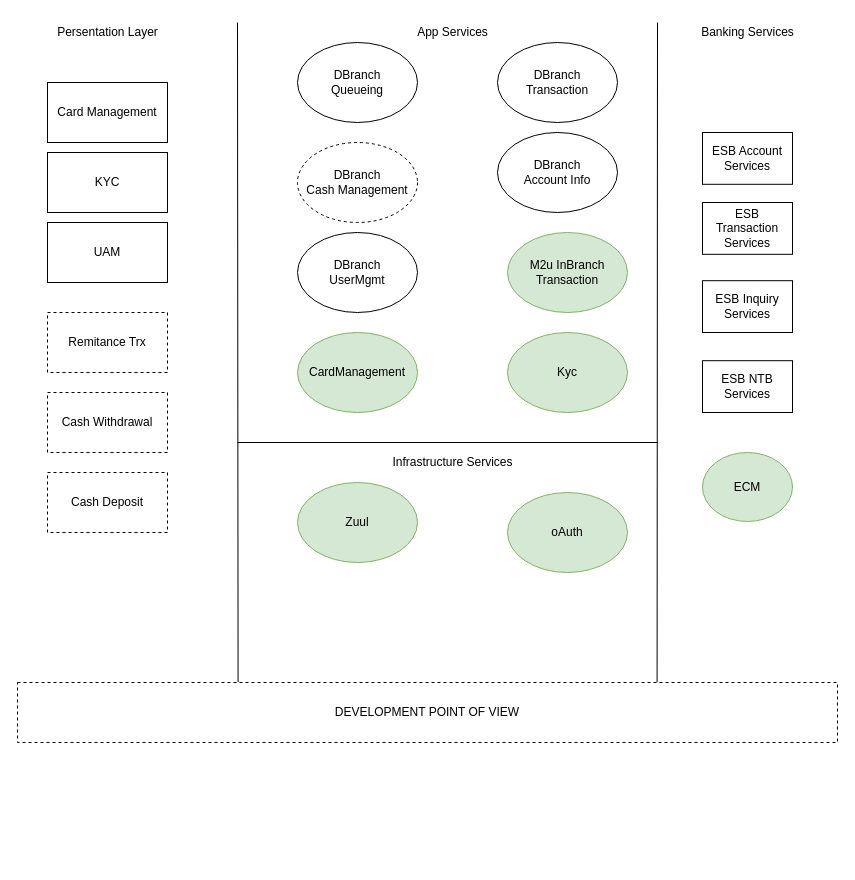
Earlier version of the draw.io diagram page "DevelopmentPOV" (1 of 3) of ArchitectureDigitalBranch/DigitalBranchArchitecture.drawio (noveriojoee/GeneralDocuments). Source tidied: cells renumbered, new cells numbered last; positions are measured from the earlier drawing's top-left corner, leaving out a move shared by most shapes. Both pictures are drawn from the tidied source at 100%, with x=0, y=0 at pixel (17, 22).
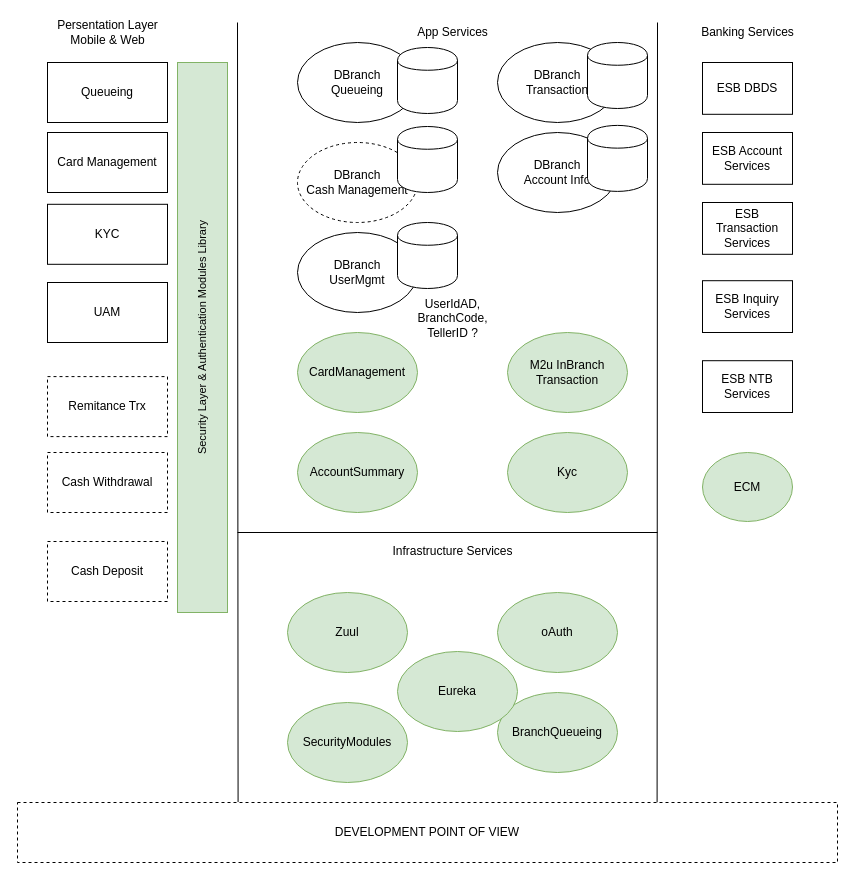
After the change.

The edit, as a diff of the source:
```diff
@@
     <mxCell id="2" value="Kyc" style="ellipse;whiteSpace=wrap;html=1;fillColor=#d5e8d4;strokeColor=#82b366;" parent="1" vertex="1">
-      <mxGeometry x="490" y="310" width="120" height="80" as="geometry" />
+      <mxGeometry x="490" y="410" width="120" height="80" as="geometry" />
     </mxCell>
@@
     <mxCell id="8" style="endArrow=none;html=1;rounded=0;" parent="1" edge="1">
       <mxGeometry relative="1" as="geometry">
-        <mxPoint x="220" y="420" as="sourcePoint" />
-        <mxPoint x="640" y="420" as="targetPoint" />
+        <mxPoint x="220" y="510" as="sourcePoint" />
+        <mxPoint x="640" y="510" as="targetPoint" />
       </mxGeometry>
     </mxCell>
@@
     <mxCell id="12" value="Card Management" style="rounded=0;whiteSpace=wrap;html=1;" parent="1" vertex="1">
-      <mxGeometry x="30" y="60" width="120" height="60" as="geometry" />
+      <mxGeometry x="30" y="110" width="120" height="60" as="geometry" />
     </mxCell>
     <mxCell id="13" value="KYC" style="rounded=0;whiteSpace=wrap;html=1;" parent="1" vertex="1">
-      <mxGeometry x="30" y="130" width="120" height="60" as="geometry" />
+      <mxGeometry x="30" y="181.8" width="120" height="60" as="geometry" />
     </mxCell>
     <mxCell id="14" value="UAM" style="rounded=0;whiteSpace=wrap;html=1;" parent="1" vertex="1">
-      <mxGeometry x="30" y="200" width="120" height="60" as="geometry" />
+      <mxGeometry x="30" y="260" width="120" height="60" as="geometry" />
     </mxCell>
     <mxCell id="15" value="Cash Deposit" style="rounded=0;whiteSpace=wrap;html=1;dashed=1;" parent="1" vertex="1">
-      <mxGeometry x="30" y="450" width="120" height="60" as="geometry" />
+      <mxGeometry x="30" y="519" width="120" height="60" as="geometry" />
     </mxCell>
     <mxCell id="16" value="Cash Withdrawal" style="rounded=0;whiteSpace=wrap;html=1;dashed=1;" parent="1" vertex="1">
-      <mxGeometry x="30" y="370" width="120" height="60" as="geometry" />
+      <mxGeometry x="30" y="430" width="120" height="60" as="geometry" />
     </mxCell>
     <mxCell id="17" value="Remitance Trx" style="rounded=0;whiteSpace=wrap;html=1;dashed=1;" parent="1" vertex="1">
-      <mxGeometry x="30" y="290" width="120" height="60" as="geometry" />
+      <mxGeometry x="30" y="354.1" width="120" height="60" as="geometry" />
     </mxCell>
     <mxCell id="18" value="M2u InBranch&lt;br&gt;Transaction" style="ellipse;whiteSpace=wrap;html=1;fillColor=#d5e8d4;strokeColor=#82b366;" parent="1" vertex="1">
-      <mxGeometry x="490" y="210" width="120" height="80" as="geometry" />
+      <mxGeometry x="490" y="310" width="120" height="80" as="geometry" />
     </mxCell>
@@
     <mxCell id="20" value="Infrastructure Services" style="text;html=1;align=center;verticalAlign=middle;" parent="1" vertex="1">
-      <mxGeometry x="365" y="430" width="140" height="20" as="geometry" />
+      <mxGeometry x="365" y="519" width="140" height="20" as="geometry" />
     </mxCell>
@@
     <mxCell id="22" value="oAuth" style="ellipse;whiteSpace=wrap;html=1;fillColor=#d5e8d4;strokeColor=#82b366;" parent="1" vertex="1">
-      <mxGeometry x="490" y="470" width="120" height="80" as="geometry" />
+      <mxGeometry x="480" y="570" width="120" height="80" as="geometry" />
     </mxCell>
     <mxCell id="23" value="Zuul" style="ellipse;whiteSpace=wrap;html=1;fillColor=#d5e8d4;strokeColor=#82b366;" parent="1" vertex="1">
-      <mxGeometry x="280" y="460" width="120" height="80" as="geometry" />
+      <mxGeometry x="270" y="570" width="120" height="80" as="geometry" />
     </mxCell>
     <mxCell id="24" value="DEVELOPMENT POINT OF VIEW" style="rounded=0;whiteSpace=wrap;html=1;dashed=1;" parent="1" vertex="1">
-      <mxGeometry y="660" width="820" height="60" as="geometry" />
+      <mxGeometry y="780" width="820" height="60" as="geometry" />
     </mxCell>
-    <mxCell id="25" value="Persentation Layer" style="text;html=1;align=center;verticalAlign=middle;" parent="1" vertex="1">
-      <mxGeometry x="30" width="120" height="20" as="geometry" />
+    <mxCell id="25" value="Persentation Layer&lt;br&gt;Mobile &amp;amp; Web" style="text;html=1;align=center;verticalAlign=middle;" parent="1" vertex="1">
+      <mxGeometry x="30" y="-5" width="120" height="30" as="geometry" />
     </mxCell>
@@
+    <mxCell id="31" value="BranchQueueing" style="ellipse;whiteSpace=wrap;html=1;fillColor=#d5e8d4;strokeColor=#82b366;" parent="1" vertex="1">
+      <mxGeometry x="480" y="670" width="120" height="80" as="geometry" />
+    </mxCell>
+    <mxCell id="32" value="Queueing" style="rounded=0;whiteSpace=wrap;html=1;" parent="1" vertex="1">
+      <mxGeometry x="30" y="40" width="120" height="60" as="geometry" />
+    </mxCell>
+    <mxCell id="33" value="SecurityModules" style="ellipse;whiteSpace=wrap;html=1;fillColor=#d5e8d4;strokeColor=#82b366;" parent="1" vertex="1">
+      <mxGeometry x="270" y="680" width="120" height="80" as="geometry" />
+    </mxCell>
+    <mxCell id="34" value="&lt;span style=&quot;font-size: 11px&quot;&gt;Security Layer &amp;amp; Authentication Modules Library&lt;br&gt;&lt;/span&gt;" style="rounded=0;whiteSpace=wrap;html=1;fillColor=#d5e8d4;strokeColor=#82b366;verticalAlign=middle;textDirection=ltr;labelPosition=center;verticalLabelPosition=middle;align=center;horizontal=0;" parent="1" vertex="1">
+      <mxGeometry x="160" y="40" width="50" height="550" as="geometry" />
+    </mxCell>
+    <mxCell id="35" value="Eureka" style="ellipse;whiteSpace=wrap;html=1;fillColor=#d5e8d4;strokeColor=#82b366;" parent="1" vertex="1">
+      <mxGeometry x="380" y="629" width="120" height="80" as="geometry" />
+    </mxCell>
+    <mxCell id="36" value="AccountSummary" style="ellipse;whiteSpace=wrap;html=1;fillColor=#d5e8d4;strokeColor=#82b366;" parent="1" vertex="1">
+      <mxGeometry x="280" y="410" width="120" height="80" as="geometry" />
+    </mxCell>
+    <mxCell id="37" value="ESB DBDS" style="rounded=0;whiteSpace=wrap;html=1;" parent="1" vertex="1">
+      <mxGeometry x="685" y="40" width="90" height="51.8" as="geometry" />
+    </mxCell>
+    <mxCell id="38" value="UserIdAD,&lt;br&gt;BranchCode,&lt;br&gt;TellerID ?" style="text;html=1;align=center;verticalAlign=middle;" parent="1" vertex="1">
+      <mxGeometry x="390" y="271" width="90" height="50" as="geometry" />
+    </mxCell>
+    <mxCell id="39" style="shape=cylinder;whiteSpace=wrap;html=1;boundedLbl=1;backgroundOutline=1;" parent="1" vertex="1">
+      <mxGeometry x="380" y="25" width="60" height="66" as="geometry" />
+    </mxCell>
+    <mxCell id="40" style="shape=cylinder;whiteSpace=wrap;html=1;boundedLbl=1;backgroundOutline=1;" parent="1" vertex="1">
+      <mxGeometry x="380" y="104" width="60" height="66" as="geometry" />
+    </mxCell>
+    <mxCell id="41" style="shape=cylinder;whiteSpace=wrap;html=1;boundedLbl=1;backgroundOutline=1;" parent="1" vertex="1">
+      <mxGeometry x="380" y="200" width="60" height="66" as="geometry" />
+    </mxCell>
+    <mxCell id="42" style="shape=cylinder;whiteSpace=wrap;html=1;boundedLbl=1;backgroundOutline=1;" parent="1" vertex="1">
+      <mxGeometry x="570" y="20" width="60" height="66" as="geometry" />
+    </mxCell>
+    <mxCell id="43" style="shape=cylinder;whiteSpace=wrap;html=1;boundedLbl=1;backgroundOutline=1;" parent="1" vertex="1">
+      <mxGeometry x="570" y="102.9" width="60" height="66" as="geometry" />
+    </mxCell>
```
